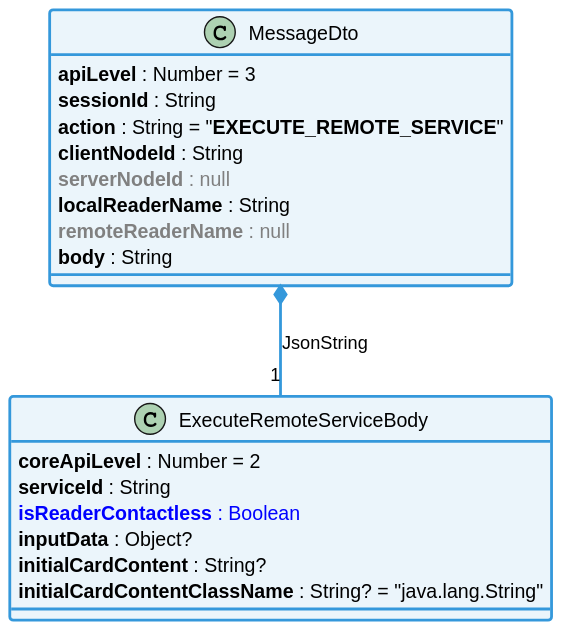
Earlier version of the PlantUML export static/media/learn/user-guide/non-keyple-client/server-json-api-2-1/serverJsonApi_classDiagram_executeRemoteService.svg (eclipse-keyple/keyple-website).
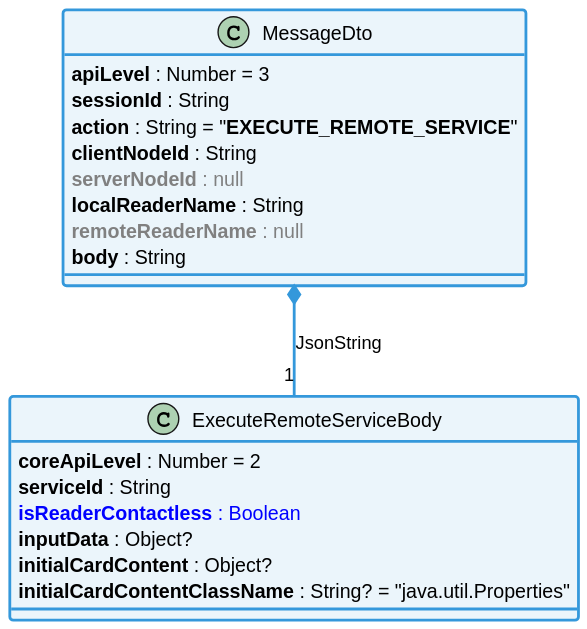
After the change.

Diff of the diagram source:
```diff
@@ -51,8 +51,8 @@
     **serviceId** : String
     <color:blue>**isReaderContactless** : Boolean
     **inputData** : Object?
-    **initialCardContent** : String?
-    **initialCardContentClassName** : String? = "java.lang.String"
+    **initialCardContent** : Object?
+    **initialCardContentClassName** : String? = "java.util.Properties"
 }
 
 
```
